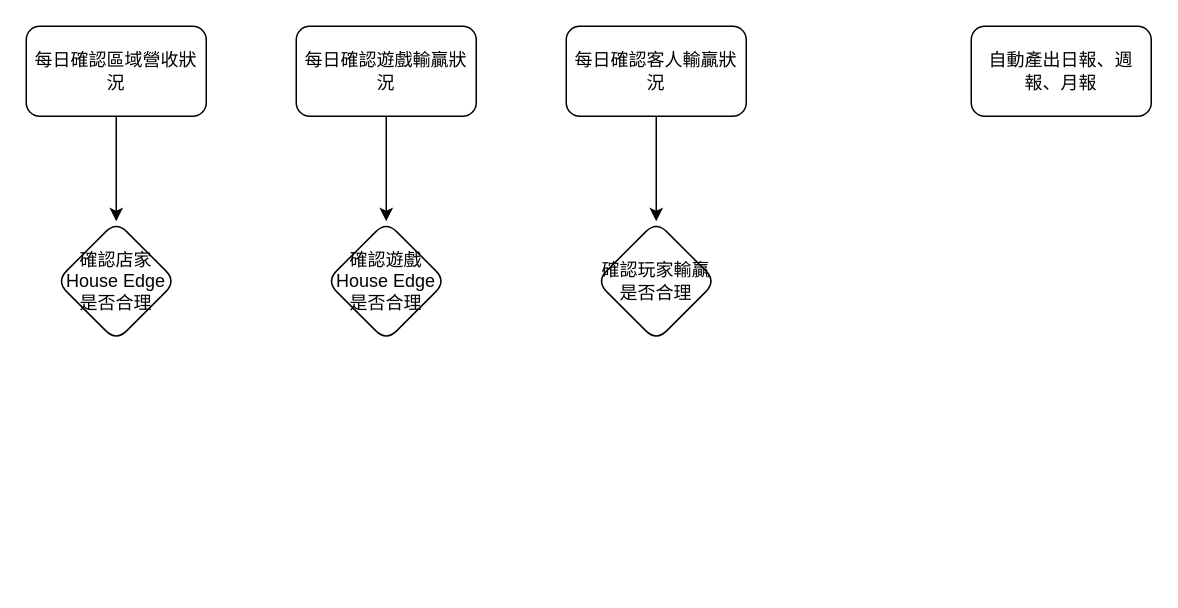
pingle1202/GamaWorkFlow keeps this draw.io diagram as MathWorkFlow.drawio. Above is the earlier version. Source tidied: cells renumbered, new cells numbered last; positions are measured from the earlier drawing's top-left corner, leaving out a move shared by most shapes. Both pictures are drawn from the tidied source at 150%, with x=0, y=0 at pixel (26, 26).
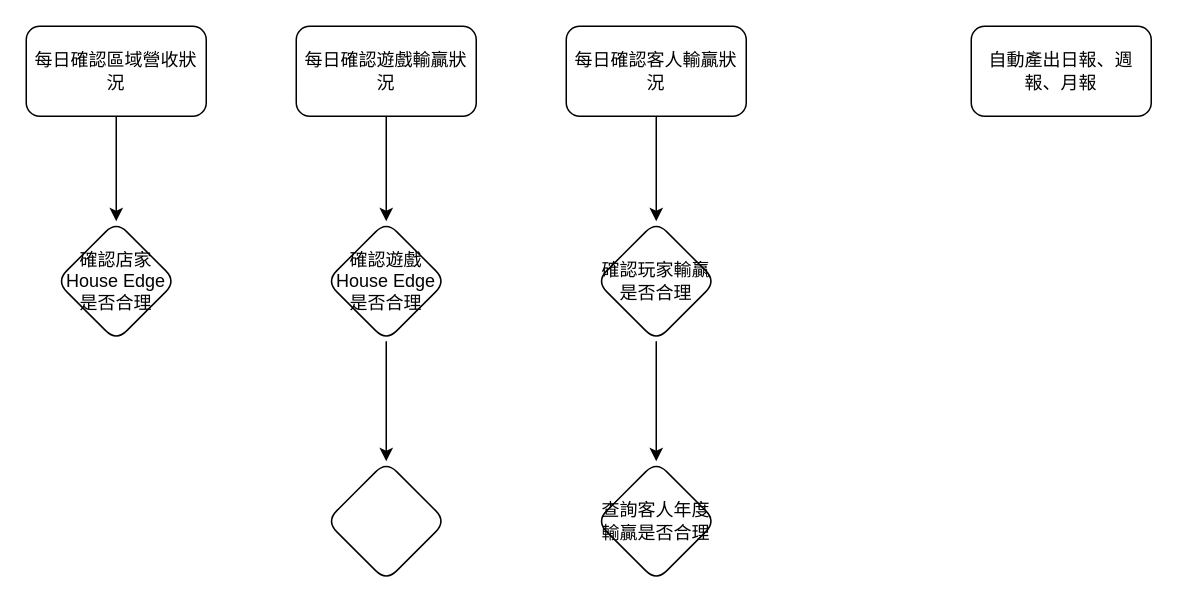
Above is the later version.

Diff of the diagram source:
```diff
@@
 <mxGraphModel background="#ffffff">
   <root>
     <mxCell id="0" />
     <mxCell id="1" parent="0" />
     <mxCell id="2" style="edgeStyle=orthogonalEdgeStyle;rounded=0;jettySize=auto;html=1;" parent="1" edge="1" source="3" target="10">
       <mxGeometry relative="1" as="geometry" />
     </mxCell>
     <mxCell id="3" value="每日確認區域營收狀況" style="rounded=1;whiteSpace=wrap;html=1;" parent="1" vertex="1">
       <mxGeometry width="120" height="60" as="geometry" />
     </mxCell>
     <mxCell id="4" style="edgeStyle=orthogonalEdgeStyle;rounded=0;jettySize=auto;html=1;" parent="1" edge="1" source="5" target="11">
       <mxGeometry relative="1" as="geometry" />
     </mxCell>
     <mxCell id="5" value="每日確認客人輸贏狀況" style="rounded=1;whiteSpace=wrap;html=1;" parent="1" vertex="1">
       <mxGeometry x="360" width="120" height="60" as="geometry" />
     </mxCell>
     <mxCell id="6" style="edgeStyle=orthogonalEdgeStyle;rounded=0;jettySize=auto;html=1;" parent="1" edge="1" source="7" target="9">
       <mxGeometry relative="1" as="geometry" />
     </mxCell>
     <mxCell id="7" value="每日確認遊戲輸贏狀況" style="rounded=1;whiteSpace=wrap;html=1;" parent="1" vertex="1">
       <mxGeometry x="180" width="120" height="60" as="geometry" />
     </mxCell>
     <mxCell id="8" value="自動產出日報、週報、月報" style="rounded=1;whiteSpace=wrap;html=1;" parent="1" vertex="1">
       <mxGeometry x="630" width="120" height="60" as="geometry" />
     </mxCell>
+    <mxCell id="12" style="edgeStyle=orthogonalEdgeStyle;rounded=0;jettySize=auto;html=1;" parent="1" edge="1" source="9" target="15">
+      <mxGeometry relative="1" as="geometry" />
+    </mxCell>
     <mxCell id="9" value="確認遊戲House Edge是否合理" style="rhombus;whiteSpace=wrap;html=1;rounded=1;" parent="1" vertex="1">
       <mxGeometry x="200" y="130" width="80" height="80" as="geometry" />
     </mxCell>
     <mxCell id="10" value="確認店家House Edge是否合理" style="rhombus;whiteSpace=wrap;html=1;rounded=1;" parent="1" vertex="1">
       <mxGeometry x="20" y="130" width="80" height="80" as="geometry" />
     </mxCell>
+    <mxCell id="13" style="edgeStyle=orthogonalEdgeStyle;rounded=0;jettySize=auto;html=1;" parent="1" edge="1" source="11" target="14">
+      <mxGeometry relative="1" as="geometry" />
+    </mxCell>
     <mxCell id="11" value="&lt;span&gt;確認玩家輸贏是否合理&lt;/span&gt;" style="rhombus;whiteSpace=wrap;html=1;rounded=1;" parent="1" vertex="1">
       <mxGeometry x="380" y="130" width="80" height="80" as="geometry" />
     </mxCell>
+    <mxCell id="14" value="查詢客人年度輸贏是否合理" style="rhombus;whiteSpace=wrap;html=1;rounded=1;" parent="1" vertex="1">
+      <mxGeometry x="380" y="290" width="80" height="80" as="geometry" />
+    </mxCell>
+    <mxCell id="15" style="rhombus;whiteSpace=wrap;html=1;rounded=1;" parent="1" vertex="1">
+      <mxGeometry x="200" y="290" width="80" height="80" as="geometry" />
+    </mxCell>
   </root>
 </mxGraphModel>
```
